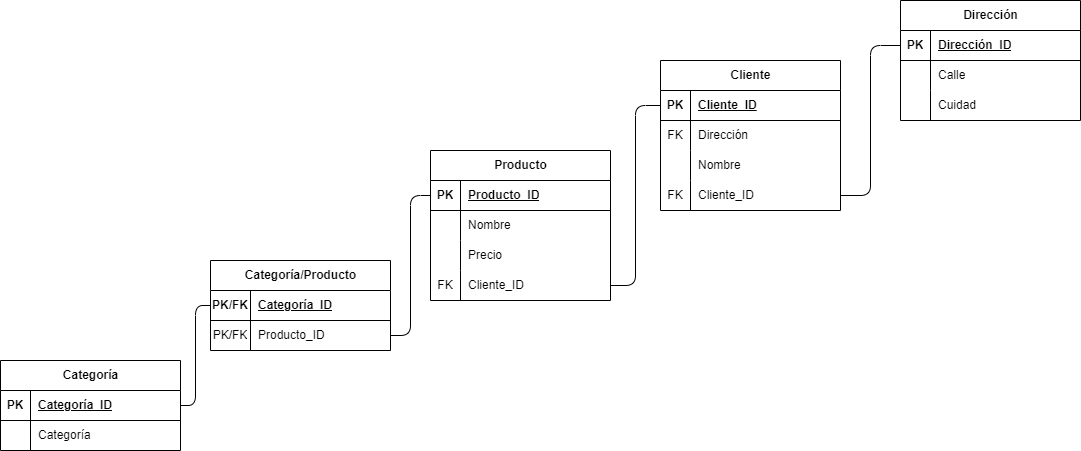
Earlier version of the draw.io export Ejercicio7/images/ejercicio1.1.drawio.png (SaulHdez93/BAE). Source tidied: cells renumbered, new cells last; positions are measured from the earlier drawing's top-left corner, leaving out a move shared by most shapes. The source it was exported from:
```xml
<mxGraphModel>
  <root>
    <mxCell id="0" />
    <mxCell id="1" parent="0" />
    <mxCell id="2" value="Producto" style="shape=table;startSize=30;rowLines=0;fontStyle=1;align=center;html=1;fillColor=light-dark(#FFFFFF,#1D293B);" parent="1" vertex="1">
      <mxGeometry x="430" y="150" width="180" height="150" as="geometry" />
    </mxCell>
    <mxCell id="3" style="shape=tableRow;horizontal=0;startSize=0;swimlaneHead=0;swimlaneBody=0;fillColor=none;points=[[0,0.5],[1,0.5]];portConstraint=eastwest;top=0;left=0;right=0;bottom=1;" parent="2" vertex="1">
      <mxGeometry y="30" width="180" height="30" as="geometry" />
    </mxCell>
    <mxCell id="4" value="PK" style="shape=partialRectangle;fillColor=none;top=0;left=0;bottom=0;right=0;fontStyle=1;overflow=hidden;whiteSpace=wrap;html=1;" parent="3" vertex="1">
      <mxGeometry width="30" height="30" as="geometry" />
    </mxCell>
    <mxCell id="5" value="Producto_ID" style="shape=partialRectangle;fillColor=none;top=0;left=0;bottom=0;right=0;align=left;spacingLeft=6;fontStyle=5;overflow=hidden;whiteSpace=wrap;html=1;" parent="3" vertex="1">
      <mxGeometry x="30" width="150" height="30" as="geometry" />
    </mxCell>
    <mxCell id="6" style="shape=tableRow;horizontal=0;startSize=0;swimlaneHead=0;swimlaneBody=0;fillColor=none;top=0;left=0;right=0;bottom=0;" parent="2" vertex="1">
      <mxGeometry y="60" width="180" height="30" as="geometry" />
    </mxCell>
    <mxCell id="7" style="shape=partialRectangle;fillColor=none;top=0;left=0;bottom=0;right=0;overflow=hidden;whiteSpace=wrap;html=1;" parent="6" vertex="1">
      <mxGeometry width="30" height="30" as="geometry" />
    </mxCell>
    <mxCell id="8" value="Nombre" style="shape=partialRectangle;fillColor=none;top=0;left=0;bottom=0;right=0;align=left;spacingLeft=6;overflow=hidden;whiteSpace=wrap;html=1;" parent="6" vertex="1">
      <mxGeometry x="30" width="150" height="30" as="geometry" />
    </mxCell>
    <mxCell id="9" style="shape=tableRow;horizontal=0;startSize=0;swimlaneHead=0;swimlaneBody=0;fillColor=none;top=0;left=0;right=0;bottom=0;" parent="2" vertex="1">
      <mxGeometry y="90" width="180" height="30" as="geometry" />
    </mxCell>
    <mxCell id="10" style="shape=partialRectangle;fillColor=none;top=0;left=0;bottom=0;right=0;overflow=hidden;whiteSpace=wrap;html=1;" parent="9" vertex="1">
      <mxGeometry width="30" height="30" as="geometry" />
    </mxCell>
    <mxCell id="11" value="Precio" style="shape=partialRectangle;fillColor=none;top=0;left=0;bottom=0;right=0;align=left;spacingLeft=6;overflow=hidden;whiteSpace=wrap;html=1;" parent="9" vertex="1">
      <mxGeometry x="30" width="150" height="30" as="geometry" />
    </mxCell>
    <mxCell id="12" style="shape=tableRow;horizontal=0;startSize=0;swimlaneHead=0;swimlaneBody=0;fillColor=none;points=[[0,0.5],[1,0.5]];portConstraint=eastwest;top=0;left=0;right=0;bottom=0;" parent="2" vertex="1">
      <mxGeometry y="120" width="180" height="30" as="geometry" />
    </mxCell>
    <mxCell id="13" value="FK" style="shape=partialRectangle;fillColor=none;top=0;left=0;bottom=0;right=0;overflow=hidden;whiteSpace=wrap;html=1;" parent="12" vertex="1">
      <mxGeometry width="30" height="30" as="geometry" />
    </mxCell>
    <mxCell id="14" value="Cliente_ID" style="shape=partialRectangle;fillColor=none;top=0;left=0;bottom=0;right=0;align=left;spacingLeft=6;overflow=hidden;whiteSpace=wrap;html=1;" parent="12" vertex="1">
      <mxGeometry x="30" width="150" height="30" as="geometry" />
    </mxCell>
    <mxCell id="15" value="Cliente" style="shape=table;startSize=30;rowLines=0;fontStyle=1;align=center;html=1;fillColor=light-dark(#FFFFFF,#1D293B);" parent="1" vertex="1">
      <mxGeometry x="660" y="60" width="180" height="150" as="geometry" />
    </mxCell>
    <mxCell id="16" style="shape=tableRow;horizontal=0;startSize=0;swimlaneHead=0;swimlaneBody=0;fillColor=none;points=[[0,0.5],[1,0.5]];portConstraint=eastwest;top=0;left=0;right=0;bottom=1;" parent="15" vertex="1">
      <mxGeometry y="30" width="180" height="30" as="geometry" />
    </mxCell>
    <mxCell id="17" value="PK" style="shape=partialRectangle;fillColor=none;top=0;left=0;bottom=0;right=0;fontStyle=1;overflow=hidden;whiteSpace=wrap;html=1;" parent="16" vertex="1">
      <mxGeometry width="30" height="30" as="geometry" />
    </mxCell>
    <mxCell id="18" value="Cliente_ID" style="shape=partialRectangle;fillColor=none;top=0;left=0;bottom=0;right=0;align=left;spacingLeft=6;fontStyle=5;overflow=hidden;whiteSpace=wrap;html=1;" parent="16" vertex="1">
      <mxGeometry x="30" width="150" height="30" as="geometry" />
    </mxCell>
    <mxCell id="19" style="shape=tableRow;horizontal=0;startSize=0;swimlaneHead=0;swimlaneBody=0;fillColor=none;top=0;left=0;right=0;bottom=0;" parent="15" vertex="1">
      <mxGeometry y="60" width="180" height="30" as="geometry" />
    </mxCell>
    <mxCell id="20" value="FK" style="shape=partialRectangle;fillColor=none;top=0;left=0;bottom=0;right=0;overflow=hidden;whiteSpace=wrap;html=1;" parent="19" vertex="1">
      <mxGeometry width="30" height="30" as="geometry" />
    </mxCell>
    <mxCell id="21" value="Dirección" style="shape=partialRectangle;fillColor=none;top=0;left=0;bottom=0;right=0;align=left;spacingLeft=6;overflow=hidden;whiteSpace=wrap;html=1;" parent="19" vertex="1">
      <mxGeometry x="30" width="150" height="30" as="geometry" />
    </mxCell>
    <mxCell id="22" style="shape=tableRow;horizontal=0;startSize=0;swimlaneHead=0;swimlaneBody=0;fillColor=none;top=0;left=0;right=0;bottom=0;" parent="15" vertex="1">
      <mxGeometry y="90" width="180" height="30" as="geometry" />
    </mxCell>
    <mxCell id="23" style="shape=partialRectangle;fillColor=none;top=0;left=0;bottom=0;right=0;overflow=hidden;whiteSpace=wrap;html=1;" parent="22" vertex="1">
      <mxGeometry width="30" height="30" as="geometry" />
    </mxCell>
    <mxCell id="24" value="Nombre" style="shape=partialRectangle;fillColor=none;top=0;left=0;bottom=0;right=0;align=left;spacingLeft=6;overflow=hidden;whiteSpace=wrap;html=1;" parent="22" vertex="1">
      <mxGeometry x="30" width="150" height="30" as="geometry" />
    </mxCell>
    <mxCell id="25" style="shape=tableRow;horizontal=0;startSize=0;swimlaneHead=0;swimlaneBody=0;fillColor=none;points=[[0,0.5],[1,0.5]];portConstraint=eastwest;top=0;left=0;right=0;bottom=0;" parent="15" vertex="1">
      <mxGeometry y="120" width="180" height="30" as="geometry" />
    </mxCell>
    <mxCell id="26" value="FK" style="shape=partialRectangle;fillColor=none;top=0;left=0;bottom=0;right=0;overflow=hidden;whiteSpace=wrap;html=1;" parent="25" vertex="1">
      <mxGeometry width="30" height="30" as="geometry" />
    </mxCell>
    <mxCell id="27" value="Cliente_ID" style="shape=partialRectangle;fillColor=none;top=0;left=0;bottom=0;right=0;align=left;spacingLeft=6;overflow=hidden;whiteSpace=wrap;html=1;" parent="25" vertex="1">
      <mxGeometry x="30" width="150" height="30" as="geometry" />
    </mxCell>
    <mxCell id="28" style="edgeStyle=orthogonalEdgeStyle;html=1;exitX=0;exitY=0.5;exitDx=0;exitDy=0;entryX=1;entryY=0.5;entryDx=0;entryDy=0;endArrow=none;endFill=0;" parent="1" edge="1" source="16" target="12">
      <mxGeometry relative="1" as="geometry" />
    </mxCell>
    <mxCell id="29" value="Categoría" style="shape=table;startSize=30;rowLines=0;fontStyle=1;align=center;html=1;fillColor=light-dark(#FFFFFF,#1D293B);" parent="1" vertex="1">
      <mxGeometry y="360" width="180" height="90" as="geometry" />
    </mxCell>
    <mxCell id="30" style="shape=tableRow;horizontal=0;startSize=0;swimlaneHead=0;swimlaneBody=0;fillColor=none;points=[[0,0.5],[1,0.5]];portConstraint=eastwest;top=0;left=0;right=0;bottom=1;" parent="29" vertex="1">
      <mxGeometry y="30" width="180" height="30" as="geometry" />
    </mxCell>
    <mxCell id="31" value="PK" style="shape=partialRectangle;fillColor=none;top=0;left=0;bottom=0;right=0;fontStyle=1;overflow=hidden;whiteSpace=wrap;html=1;" parent="30" vertex="1">
      <mxGeometry width="30" height="30" as="geometry" />
    </mxCell>
    <mxCell id="32" value="Categoría_ID" style="shape=partialRectangle;fillColor=none;top=0;left=0;bottom=0;right=0;align=left;spacingLeft=6;fontStyle=5;overflow=hidden;whiteSpace=wrap;html=1;" parent="30" vertex="1">
      <mxGeometry x="30" width="150" height="30" as="geometry" />
    </mxCell>
    <mxCell id="33" style="shape=tableRow;horizontal=0;startSize=0;swimlaneHead=0;swimlaneBody=0;fillColor=none;top=0;left=0;right=0;bottom=0;" parent="29" vertex="1">
      <mxGeometry y="60" width="180" height="30" as="geometry" />
    </mxCell>
    <mxCell id="34" style="shape=partialRectangle;fillColor=none;top=0;left=0;bottom=0;right=0;overflow=hidden;whiteSpace=wrap;html=1;" parent="33" vertex="1">
      <mxGeometry width="30" height="30" as="geometry" />
    </mxCell>
    <mxCell id="35" value="Categoría" style="shape=partialRectangle;fillColor=none;top=0;left=0;bottom=0;right=0;align=left;spacingLeft=6;overflow=hidden;whiteSpace=wrap;html=1;" parent="33" vertex="1">
      <mxGeometry x="30" width="150" height="30" as="geometry" />
    </mxCell>
    <mxCell id="36" value="Dirección" style="shape=table;startSize=30;rowLines=0;fontStyle=1;align=center;html=1;fillColor=light-dark(#FFFFFF,#1D293B);" parent="1" vertex="1">
      <mxGeometry x="900" width="180" height="120" as="geometry" />
    </mxCell>
    <mxCell id="37" style="shape=tableRow;horizontal=0;startSize=0;swimlaneHead=0;swimlaneBody=0;fillColor=none;points=[[0,0.5],[1,0.5]];portConstraint=eastwest;top=0;left=0;right=0;bottom=1;" parent="36" vertex="1">
      <mxGeometry y="30" width="180" height="30" as="geometry" />
    </mxCell>
    <mxCell id="38" value="PK" style="shape=partialRectangle;fillColor=none;top=0;left=0;bottom=0;right=0;fontStyle=1;overflow=hidden;whiteSpace=wrap;html=1;" parent="37" vertex="1">
      <mxGeometry width="30" height="30" as="geometry" />
    </mxCell>
    <mxCell id="39" value="Dirección_ID" style="shape=partialRectangle;fillColor=none;top=0;left=0;bottom=0;right=0;align=left;spacingLeft=6;fontStyle=5;overflow=hidden;whiteSpace=wrap;html=1;" parent="37" vertex="1">
      <mxGeometry x="30" width="150" height="30" as="geometry" />
    </mxCell>
    <mxCell id="40" style="shape=tableRow;horizontal=0;startSize=0;swimlaneHead=0;swimlaneBody=0;fillColor=none;top=0;left=0;right=0;bottom=0;" parent="36" vertex="1">
      <mxGeometry y="60" width="180" height="30" as="geometry" />
    </mxCell>
    <mxCell id="41" style="shape=partialRectangle;fillColor=none;top=0;left=0;bottom=0;right=0;overflow=hidden;whiteSpace=wrap;html=1;" parent="40" vertex="1">
      <mxGeometry width="30" height="30" as="geometry" />
    </mxCell>
    <mxCell id="42" value="Calle" style="shape=partialRectangle;fillColor=none;top=0;left=0;bottom=0;right=0;align=left;spacingLeft=6;overflow=hidden;whiteSpace=wrap;html=1;" parent="40" vertex="1">
      <mxGeometry x="30" width="150" height="30" as="geometry" />
    </mxCell>
    <mxCell id="43" style="shape=tableRow;horizontal=0;startSize=0;swimlaneHead=0;swimlaneBody=0;fillColor=none;top=0;left=0;right=0;bottom=0;" parent="36" vertex="1">
      <mxGeometry y="90" width="180" height="30" as="geometry" />
    </mxCell>
    <mxCell id="44" style="shape=partialRectangle;fillColor=none;top=0;left=0;bottom=0;right=0;overflow=hidden;whiteSpace=wrap;html=1;" parent="43" vertex="1">
      <mxGeometry width="30" height="30" as="geometry" />
    </mxCell>
    <mxCell id="45" value="Cuidad" style="shape=partialRectangle;fillColor=none;top=0;left=0;bottom=0;right=0;align=left;spacingLeft=6;overflow=hidden;whiteSpace=wrap;html=1;" parent="43" vertex="1">
      <mxGeometry x="30" width="150" height="30" as="geometry" />
    </mxCell>
    <mxCell id="46" style="edgeStyle=orthogonalEdgeStyle;html=1;exitX=0;exitY=0.5;exitDx=0;exitDy=0;entryX=1;entryY=0.5;entryDx=0;entryDy=0;endArrow=none;endFill=0;" parent="1" edge="1" source="37" target="25">
      <mxGeometry relative="1" as="geometry" />
    </mxCell>
    <mxCell id="47" value="Categoría/Producto" style="shape=table;startSize=30;rowLines=0;fontStyle=1;align=center;html=1;fillColor=light-dark(#FFFFFF,#36210A);" parent="1" vertex="1">
      <mxGeometry x="210" y="260" width="180" height="90" as="geometry" />
    </mxCell>
    <mxCell id="48" style="shape=tableRow;horizontal=0;startSize=0;swimlaneHead=0;swimlaneBody=0;fillColor=none;points=[[0,0.5],[1,0.5]];portConstraint=eastwest;top=0;left=0;right=0;bottom=1;" parent="47" vertex="1">
      <mxGeometry y="30" width="180" height="30" as="geometry" />
    </mxCell>
    <mxCell id="49" value="PK/FK" style="shape=partialRectangle;fillColor=none;top=0;left=0;bottom=0;right=0;fontStyle=1;overflow=hidden;whiteSpace=wrap;html=1;" parent="48" vertex="1">
      <mxGeometry width="40" height="30" as="geometry" />
    </mxCell>
    <mxCell id="50" value="Categoría_ID" style="shape=partialRectangle;fillColor=none;top=0;left=0;bottom=0;right=0;align=left;spacingLeft=6;fontStyle=5;overflow=hidden;whiteSpace=wrap;html=1;" parent="48" vertex="1">
      <mxGeometry x="40" width="140" height="30" as="geometry" />
    </mxCell>
    <mxCell id="51" style="shape=tableRow;horizontal=0;startSize=0;swimlaneHead=0;swimlaneBody=0;fillColor=none;points=[[0,0.5],[1,0.5]];portConstraint=eastwest;top=0;left=0;right=0;bottom=0;" parent="47" vertex="1">
      <mxGeometry y="60" width="180" height="30" as="geometry" />
    </mxCell>
    <mxCell id="52" value="PK/FK" style="shape=partialRectangle;fillColor=none;top=0;left=0;bottom=0;right=0;overflow=hidden;whiteSpace=wrap;html=1;" parent="51" vertex="1">
      <mxGeometry width="40" height="30" as="geometry" />
    </mxCell>
    <mxCell id="53" value="Producto_ID" style="shape=partialRectangle;fillColor=none;top=0;left=0;bottom=0;right=0;align=left;spacingLeft=6;overflow=hidden;whiteSpace=wrap;html=1;" parent="51" vertex="1">
      <mxGeometry x="40" width="140" height="30" as="geometry" />
    </mxCell>
    <mxCell id="54" style="edgeStyle=orthogonalEdgeStyle;html=1;exitX=1;exitY=0.5;exitDx=0;exitDy=0;entryX=0;entryY=0.5;entryDx=0;entryDy=0;endArrow=none;endFill=0;" parent="1" edge="1" source="51" target="3">
      <mxGeometry relative="1" as="geometry" />
    </mxCell>
    <mxCell id="55" style="edgeStyle=orthogonalEdgeStyle;html=1;exitX=1;exitY=0.5;exitDx=0;exitDy=0;entryX=0;entryY=0.5;entryDx=0;entryDy=0;endArrow=none;endFill=0;" parent="1" edge="1" source="30" target="48">
      <mxGeometry relative="1" as="geometry" />
    </mxCell>
  </root>
</mxGraphModel>
```
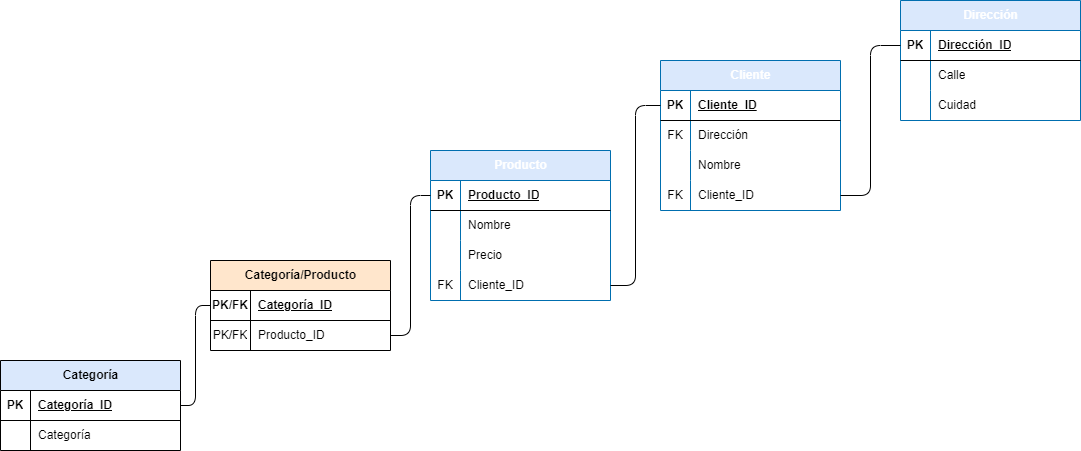
The same file after the commit.

Change to the diagram source:
```diff
@@ -2,7 +2,7 @@
   <root>
     <mxCell id="0" />
     <mxCell id="1" parent="0" />
-    <mxCell id="2" value="Producto" style="shape=table;startSize=30;rowLines=0;fontStyle=1;align=center;html=1;fillColor=light-dark(#FFFFFF,#1D293B);" parent="1" vertex="1">
+    <mxCell id="2" value="Producto" style="shape=table;startSize=30;rowLines=0;fontStyle=1;align=center;html=1;fillColor=#DAE8FC;fontColor=light-dark(#FFFFFF,#FFFFFF);strokeColor=#006EAF;" parent="1" vertex="1">
       <mxGeometry x="430" y="150" width="180" height="150" as="geometry" />
     </mxCell>
     <mxCell id="3" style="shape=tableRow;horizontal=0;startSize=0;swimlaneHead=0;swimlaneBody=0;fillColor=none;points=[[0,0.5],[1,0.5]];portConstraint=eastwest;top=0;left=0;right=0;bottom=1;" parent="2" vertex="1">
@@ -41,7 +41,7 @@
     <mxCell id="14" value="Cliente_ID" style="shape=partialRectangle;fillColor=none;top=0;left=0;bottom=0;right=0;align=left;spacingLeft=6;overflow=hidden;whiteSpace=wrap;html=1;" parent="12" vertex="1">
       <mxGeometry x="30" width="150" height="30" as="geometry" />
     </mxCell>
-    <mxCell id="15" value="Cliente" style="shape=table;startSize=30;rowLines=0;fontStyle=1;align=center;html=1;fillColor=light-dark(#FFFFFF,#1D293B);" parent="1" vertex="1">
+    <mxCell id="15" value="Cliente" style="shape=table;startSize=30;rowLines=0;fontStyle=1;align=center;html=1;fillColor=#DAE8FC;fontColor=light-dark(#FFFFFF,#FFFFFF);strokeColor=#006EAF;" parent="1" vertex="1">
       <mxGeometry x="660" y="60" width="180" height="150" as="geometry" />
     </mxCell>
     <mxCell id="16" style="shape=tableRow;horizontal=0;startSize=0;swimlaneHead=0;swimlaneBody=0;fillColor=none;points=[[0,0.5],[1,0.5]];portConstraint=eastwest;top=0;left=0;right=0;bottom=1;" parent="15" vertex="1">
@@ -83,7 +83,7 @@
     <mxCell id="28" style="edgeStyle=orthogonalEdgeStyle;html=1;exitX=0;exitY=0.5;exitDx=0;exitDy=0;entryX=1;entryY=0.5;entryDx=0;entryDy=0;endArrow=none;endFill=0;" parent="1" edge="1" source="16" target="12">
       <mxGeometry relative="1" as="geometry" />
     </mxCell>
-    <mxCell id="29" value="Categoría" style="shape=table;startSize=30;rowLines=0;fontStyle=1;align=center;html=1;fillColor=light-dark(#FFFFFF,#1D293B);" parent="1" vertex="1">
+    <mxCell id="29" value="Categoría" style="shape=table;startSize=30;rowLines=0;fontStyle=1;align=center;html=1;fillColor=#DAE8FC;" parent="1" vertex="1">
       <mxGeometry y="360" width="180" height="90" as="geometry" />
     </mxCell>
     <mxCell id="30" style="shape=tableRow;horizontal=0;startSize=0;swimlaneHead=0;swimlaneBody=0;fillColor=none;points=[[0,0.5],[1,0.5]];portConstraint=eastwest;top=0;left=0;right=0;bottom=1;" parent="29" vertex="1">
@@ -104,7 +104,7 @@
     <mxCell id="35" value="Categoría" style="shape=partialRectangle;fillColor=none;top=0;left=0;bottom=0;right=0;align=left;spacingLeft=6;overflow=hidden;whiteSpace=wrap;html=1;" parent="33" vertex="1">
       <mxGeometry x="30" width="150" height="30" as="geometry" />
     </mxCell>
-    <mxCell id="36" value="Dirección" style="shape=table;startSize=30;rowLines=0;fontStyle=1;align=center;html=1;fillColor=light-dark(#FFFFFF,#1D293B);" parent="1" vertex="1">
+    <mxCell id="36" value="Dirección" style="shape=table;startSize=30;rowLines=0;fontStyle=1;align=center;html=1;fillColor=#DAE8FC;swimlaneFillColor=none;fontColor=light-dark(#FFFFFF,#FFFFFF);strokeColor=#006EAF;" parent="1" vertex="1">
       <mxGeometry x="900" width="180" height="120" as="geometry" />
     </mxCell>
     <mxCell id="37" style="shape=tableRow;horizontal=0;startSize=0;swimlaneHead=0;swimlaneBody=0;fillColor=none;points=[[0,0.5],[1,0.5]];portConstraint=eastwest;top=0;left=0;right=0;bottom=1;" parent="36" vertex="1">
@@ -137,7 +137,7 @@
     <mxCell id="46" style="edgeStyle=orthogonalEdgeStyle;html=1;exitX=0;exitY=0.5;exitDx=0;exitDy=0;entryX=1;entryY=0.5;entryDx=0;entryDy=0;endArrow=none;endFill=0;" parent="1" edge="1" source="37" target="25">
       <mxGeometry relative="1" as="geometry" />
     </mxCell>
-    <mxCell id="47" value="Categoría/Producto" style="shape=table;startSize=30;rowLines=0;fontStyle=1;align=center;html=1;fillColor=light-dark(#FFFFFF,#36210A);" parent="1" vertex="1">
+    <mxCell id="47" value="Categoría/Producto" style="shape=table;startSize=30;rowLines=0;fontStyle=1;align=center;html=1;fillColor=light-dark(#FFE6CC,#36210A);" parent="1" vertex="1">
       <mxGeometry x="210" y="260" width="180" height="90" as="geometry" />
     </mxCell>
     <mxCell id="48" style="shape=tableRow;horizontal=0;startSize=0;swimlaneHead=0;swimlaneBody=0;fillColor=none;points=[[0,0.5],[1,0.5]];portConstraint=eastwest;top=0;left=0;right=0;bottom=1;" parent="47" vertex="1">
```
